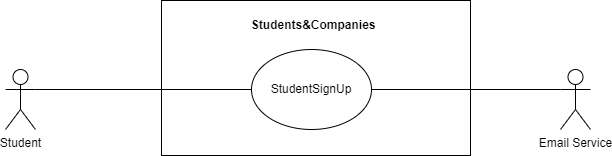
Above: figures/UseCasesDiagrams/StudentSignUp.drawio.png in alesalv0/RattiSalvatoreYalcin (draw.io), before the change. Source tidied: cells renumbered, new cells last; positions are measured from the earlier drawing's top-left corner, leaving out a move shared by most shapes. The source it was exported from:
```xml
<mxGraphModel>
  <root>
    <mxCell id="0" />
    <mxCell id="1" parent="0" />
    <mxCell id="2" style="rounded=0;whiteSpace=wrap;html=1;" parent="1" vertex="1">
      <mxGeometry x="156" width="309" height="155" as="geometry" />
    </mxCell>
    <mxCell id="3" value="StudentSignUp" style="ellipse;whiteSpace=wrap;html=1;fillColor=default;" parent="1" vertex="1">
      <mxGeometry x="246" y="49" width="120" height="80" as="geometry" />
    </mxCell>
    <mxCell id="4" value="&lt;b&gt;&amp;nbsp;Students&amp;amp;Companies&lt;/b&gt;" style="text;html=1;align=center;verticalAlign=middle;strokeColor=none;fillColor=none;" parent="1" vertex="1">
      <mxGeometry x="233" y="12" width="146" height="26" as="geometry" />
    </mxCell>
    <mxCell id="5" value="Student" style="shape=umlActor;verticalLabelPosition=bottom;verticalAlign=top;html=1;outlineConnect=0;" parent="1" vertex="1">
      <mxGeometry y="69" width="30" height="60" as="geometry" />
    </mxCell>
    <mxCell id="6" value="Email Service" style="shape=umlActor;verticalLabelPosition=bottom;verticalAlign=top;html=1;outlineConnect=0;" parent="1" vertex="1">
      <mxGeometry x="555" y="69" width="30" height="60" as="geometry" />
    </mxCell>
    <mxCell id="7" style="endArrow=none;html=1;rounded=0;exitX=0;exitY=0.3333333333333333;exitDx=0;exitDy=0;exitPerimeter=0;entryX=1;entryY=0.5;entryDx=0;entryDy=0;" parent="1" edge="1" source="6" target="3">
      <mxGeometry relative="1" as="geometry" />
    </mxCell>
    <mxCell id="8" style="endArrow=none;html=1;rounded=0;exitX=1;exitY=0.3333333333333333;exitDx=0;exitDy=0;exitPerimeter=0;entryX=0;entryY=0.5;entryDx=0;entryDy=0;" parent="1" edge="1" source="5" target="3">
      <mxGeometry relative="1" as="geometry" />
    </mxCell>
  </root>
</mxGraphModel>
```
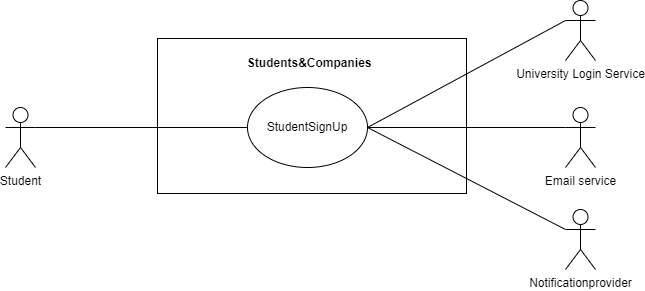
After the commit.

Change to the diagram source:
```diff
@@ -12,10 +12,10 @@
       <mxGeometry x="233" y="12" width="146" height="26" as="geometry" />
     </mxCell>
     <mxCell id="5" value="Student" style="shape=umlActor;verticalLabelPosition=bottom;verticalAlign=top;html=1;outlineConnect=0;" parent="1" vertex="1">
-      <mxGeometry y="69" width="30" height="60" as="geometry" />
+      <mxGeometry x="4" y="69" width="30" height="60" as="geometry" />
     </mxCell>
-    <mxCell id="6" value="Email Service" style="shape=umlActor;verticalLabelPosition=bottom;verticalAlign=top;html=1;outlineConnect=0;" parent="1" vertex="1">
-      <mxGeometry x="555" y="69" width="30" height="60" as="geometry" />
+    <mxCell id="6" value="University Login Service" style="shape=umlActor;verticalLabelPosition=bottom;verticalAlign=top;html=1;outlineConnect=0;" parent="1" vertex="1">
+      <mxGeometry x="564" y="-38" width="30" height="60" as="geometry" />
     </mxCell>
     <mxCell id="7" style="endArrow=none;html=1;rounded=0;exitX=0;exitY=0.3333333333333333;exitDx=0;exitDy=0;exitPerimeter=0;entryX=1;entryY=0.5;entryDx=0;entryDy=0;" parent="1" edge="1" source="6" target="3">
       <mxGeometry relative="1" as="geometry" />
@@ -23,5 +23,17 @@
     <mxCell id="8" style="endArrow=none;html=1;rounded=0;exitX=1;exitY=0.3333333333333333;exitDx=0;exitDy=0;exitPerimeter=0;entryX=0;entryY=0.5;entryDx=0;entryDy=0;" parent="1" edge="1" source="5" target="3">
       <mxGeometry relative="1" as="geometry" />
     </mxCell>
+    <mxCell id="9" value="Notificationprovider" style="shape=umlActor;verticalLabelPosition=bottom;verticalAlign=top;html=1;outlineConnect=0;" parent="1" vertex="1">
+      <mxGeometry x="564" y="171" width="30" height="60" as="geometry" />
+    </mxCell>
+    <mxCell id="10" style="endArrow=none;html=1;rounded=0;entryX=0;entryY=0.3333333333333333;entryDx=0;entryDy=0;entryPerimeter=0;exitX=1;exitY=0.5;exitDx=0;exitDy=0;" parent="1" edge="1" source="3" target="9">
+      <mxGeometry relative="1" as="geometry" />
+    </mxCell>
+    <mxCell id="11" value="Email service" style="shape=umlActor;verticalLabelPosition=bottom;verticalAlign=top;html=1;outlineConnect=0;" parent="1" vertex="1">
+      <mxGeometry x="564" y="69" width="30" height="60" as="geometry" />
+    </mxCell>
+    <mxCell id="12" style="endArrow=none;html=1;rounded=0;exitX=0;exitY=0.3333333333333333;exitDx=0;exitDy=0;exitPerimeter=0;entryX=1;entryY=0.5;entryDx=0;entryDy=0;" parent="1" edge="1" source="11" target="3">
+      <mxGeometry relative="1" as="geometry" />
+    </mxCell>
   </root>
 </mxGraphModel>
```
